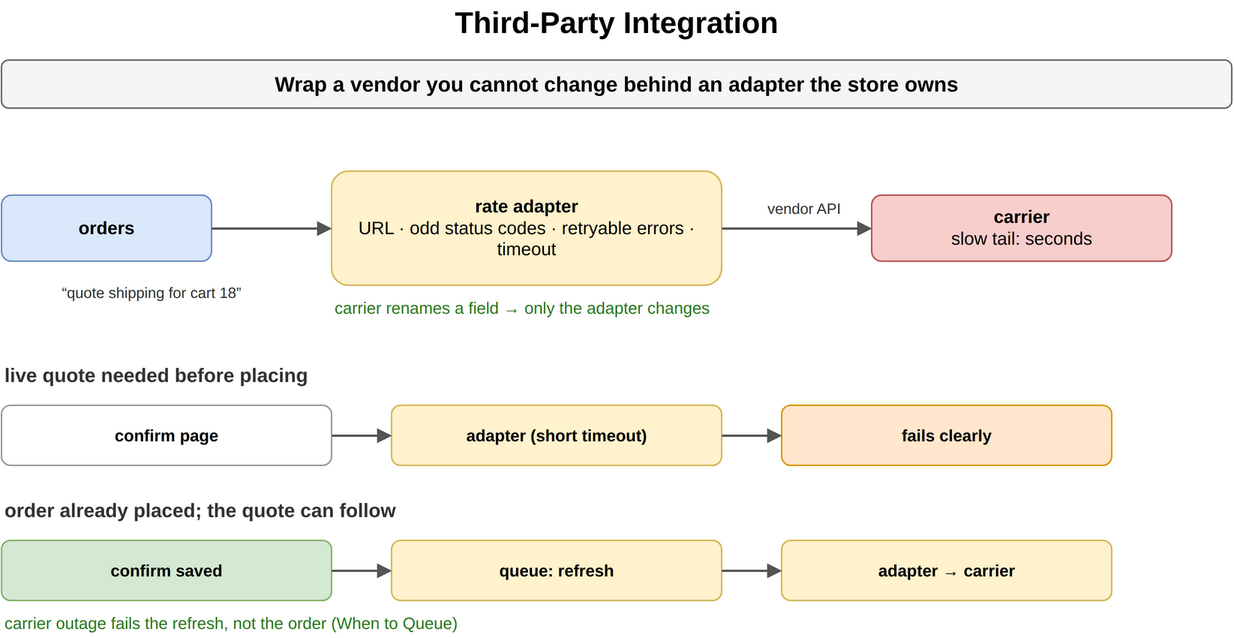
amendez13/swe-study-guide keeps this draw.io diagram as content/09_System_Design_Interview/12_Microservices_and_System_Decomposition/diagrams/microservices-8-third-party-integration.png. Above is the earlier version. Source tidied: cells renumbered, new cells last; positions are measured from the earlier drawing's top-left corner, leaving out a move shared by most shapes. Source of this version:
```xml
<mxGraphModel>
  <root>
    <mxCell id="0" />
    <mxCell id="1" parent="0" />
    <mxCell id="2" value="Third-Party Integration" style="text;html=1;align=center;verticalAlign=middle;whiteSpace=wrap;fontSize=20;fontStyle=1;" parent="1" vertex="1">
      <mxGeometry width="820" height="30" as="geometry" />
    </mxCell>
    <mxCell id="3" value="Wrap a vendor you cannot change behind an adapter the store owns" style="rounded=1;whiteSpace=wrap;html=1;fillColor=#f5f5f5;strokeColor=#666666;fontStyle=1;fontSize=14;" parent="1" vertex="1">
      <mxGeometry y="40" width="820" height="32" as="geometry" />
    </mxCell>
    <mxCell id="4" value="orders" style="rounded=1;whiteSpace=wrap;html=1;fillColor=#dae8fc;strokeColor=#6c8ebf;fontSize=12;align=center;fontStyle=1;" parent="1" vertex="1">
      <mxGeometry y="130" width="140" height="44" as="geometry" />
    </mxCell>
    <mxCell id="5" value="rate adapter&lt;br&gt;&lt;span style='font-weight:normal'&gt;URL · odd status codes · retryable errors · timeout&lt;/span&gt;" style="rounded=1;whiteSpace=wrap;html=1;fillColor=#fff2cc;strokeColor=#d6b656;fontSize=12;align=center;fontStyle=1;" parent="1" vertex="1">
      <mxGeometry x="220" y="114" width="260" height="76" as="geometry" />
    </mxCell>
    <mxCell id="6" value="carrier&lt;br&gt;&lt;span style='font-weight:normal'&gt;slow tail: seconds&lt;/span&gt;" style="rounded=1;whiteSpace=wrap;html=1;fillColor=#f8cecc;strokeColor=#b85450;fontSize=12;align=center;fontStyle=1;" parent="1" vertex="1">
      <mxGeometry x="580" y="130" width="200" height="44" as="geometry" />
    </mxCell>
    <mxCell id="7" style="endArrow=block;endSize=6;html=1;strokeWidth=1.5;strokeColor=#555555;fontSize=11;labelBackgroundColor=#ffffff;" parent="1" edge="1" source="4" target="5">
      <mxGeometry relative="1" as="geometry" />
    </mxCell>
    <mxCell id="8" style="endArrow=block;endSize=6;html=1;strokeWidth=1.5;strokeColor=#555555;fontSize=11;labelBackgroundColor=#ffffff;" parent="1" edge="1" source="5" target="6">
      <mxGeometry relative="1" as="geometry" />
    </mxCell>
    <mxCell id="9" value="“quote shipping for cart 18”" style="text;html=1;whiteSpace=wrap;fontSize=11;align=center;verticalAlign=middle;fontSize=10;fontColor=#333333;" parent="1" vertex="1">
      <mxGeometry y="180" width="200" height="30" as="geometry" />
    </mxCell>
    <mxCell id="10" value="vendor API" style="text;html=1;whiteSpace=wrap;fontSize=11;align=center;verticalAlign=middle;fontSize=10;fontColor=#333333;" parent="1" vertex="1">
      <mxGeometry x="490" y="130" width="90" height="18" as="geometry" />
    </mxCell>
    <mxCell id="11" value="carrier renames a field → only the adapter changes" style="text;html=1;whiteSpace=wrap;fontSize=11;align=left;verticalAlign=middle;fontSize=11;fontColor=#2d7a1f;" parent="1" vertex="1">
      <mxGeometry x="220" y="196" width="400" height="18" as="geometry" />
    </mxCell>
    <mxCell id="12" value="live quote needed before placing" style="text;html=1;whiteSpace=wrap;fontSize=11;align=left;verticalAlign=middle;fontSize=13;fontColor=#333333;fontStyle=1;" parent="1" vertex="1">
      <mxGeometry y="240" width="400" height="20" as="geometry" />
    </mxCell>
    <mxCell id="13" value="confirm page" style="rounded=1;whiteSpace=wrap;html=1;fillColor=#ffffff;strokeColor=#999999;fontSize=11;align=center;fontStyle=1;" parent="1" vertex="1">
      <mxGeometry y="270" width="220" height="40" as="geometry" />
    </mxCell>
    <mxCell id="14" value="adapter (short timeout)" style="rounded=1;whiteSpace=wrap;html=1;fillColor=#fff2cc;strokeColor=#d6b656;fontSize=11;align=center;fontStyle=1;" parent="1" vertex="1">
      <mxGeometry x="260" y="270" width="220" height="40" as="geometry" />
    </mxCell>
    <mxCell id="15" value="fails clearly" style="rounded=1;whiteSpace=wrap;html=1;fillColor=#ffe6cc;strokeColor=#d79b00;fontSize=11;align=center;fontStyle=1;" parent="1" vertex="1">
      <mxGeometry x="520" y="270" width="220" height="40" as="geometry" />
    </mxCell>
    <mxCell id="16" style="endArrow=block;endSize=6;html=1;strokeWidth=1.5;strokeColor=#555555;fontSize=11;labelBackgroundColor=#ffffff;" parent="1" edge="1" source="13" target="14">
      <mxGeometry relative="1" as="geometry" />
    </mxCell>
    <mxCell id="17" style="endArrow=block;endSize=6;html=1;strokeWidth=1.5;strokeColor=#555555;fontSize=11;labelBackgroundColor=#ffffff;" parent="1" edge="1" source="14" target="15">
      <mxGeometry relative="1" as="geometry" />
    </mxCell>
    <mxCell id="18" value="order already placed; the quote can follow" style="text;html=1;whiteSpace=wrap;fontSize=11;align=left;verticalAlign=middle;fontSize=13;fontColor=#333333;fontStyle=1;" parent="1" vertex="1">
      <mxGeometry y="330" width="400" height="20" as="geometry" />
    </mxCell>
    <mxCell id="19" value="confirm saved" style="rounded=1;whiteSpace=wrap;html=1;fillColor=#d5e8d4;strokeColor=#82b366;fontSize=11;align=center;fontStyle=1;" parent="1" vertex="1">
      <mxGeometry y="360" width="220" height="40" as="geometry" />
    </mxCell>
    <mxCell id="20" value="queue: refresh" style="rounded=1;whiteSpace=wrap;html=1;fillColor=#fff2cc;strokeColor=#d6b656;fontSize=11;align=center;fontStyle=1;" parent="1" vertex="1">
      <mxGeometry x="260" y="360" width="220" height="40" as="geometry" />
    </mxCell>
    <mxCell id="21" value="adapter → carrier" style="rounded=1;whiteSpace=wrap;html=1;fillColor=#fff2cc;strokeColor=#d6b656;fontSize=11;align=center;fontStyle=1;" parent="1" vertex="1">
      <mxGeometry x="520" y="360" width="220" height="40" as="geometry" />
    </mxCell>
    <mxCell id="22" style="endArrow=block;endSize=6;html=1;strokeWidth=1.5;strokeColor=#555555;fontSize=11;labelBackgroundColor=#ffffff;" parent="1" edge="1" source="19" target="20">
      <mxGeometry relative="1" as="geometry" />
    </mxCell>
    <mxCell id="23" style="endArrow=block;endSize=6;html=1;strokeWidth=1.5;strokeColor=#555555;fontSize=11;labelBackgroundColor=#ffffff;" parent="1" edge="1" source="20" target="21">
      <mxGeometry relative="1" as="geometry" />
    </mxCell>
    <mxCell id="24" value="carrier outage fails the refresh, not the order (When to Queue)" style="text;html=1;whiteSpace=wrap;fontSize=11;align=left;verticalAlign=middle;fontSize=11;fontColor=#2d7a1f;" parent="1" vertex="1">
      <mxGeometry y="406" width="820" height="18" as="geometry" />
    </mxCell>
  </root>
</mxGraphModel>
```
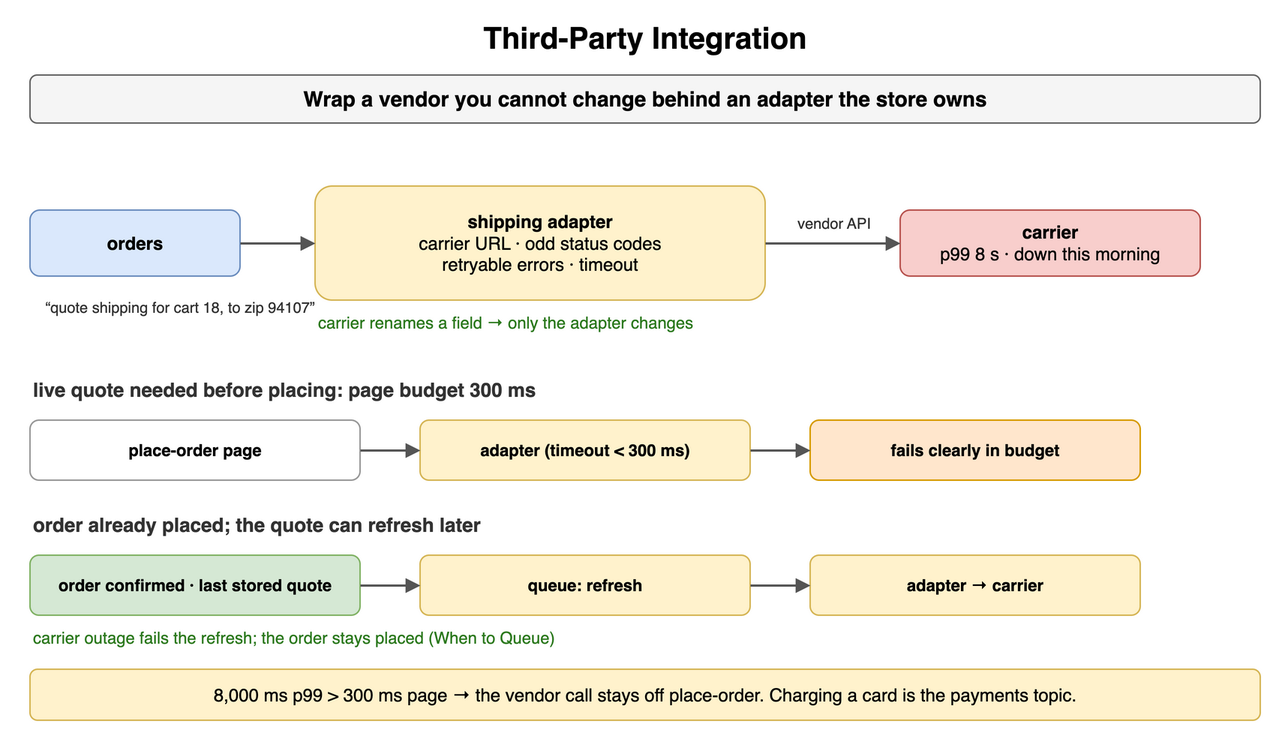
The same diagram one commit later.

Commit message:
docs(sdi): redraw microservices diagrams to match the online-store cards

The edit, as a diff of the source:
```diff
@@ -11,10 +11,10 @@
     <mxCell id="4" value="orders" style="rounded=1;whiteSpace=wrap;html=1;fillColor=#dae8fc;strokeColor=#6c8ebf;fontSize=12;align=center;fontStyle=1;" parent="1" vertex="1">
       <mxGeometry y="130" width="140" height="44" as="geometry" />
     </mxCell>
-    <mxCell id="5" value="rate adapter&lt;br&gt;&lt;span style='font-weight:normal'&gt;URL · odd status codes · retryable errors · timeout&lt;/span&gt;" style="rounded=1;whiteSpace=wrap;html=1;fillColor=#fff2cc;strokeColor=#d6b656;fontSize=12;align=center;fontStyle=1;" parent="1" vertex="1">
-      <mxGeometry x="220" y="114" width="260" height="76" as="geometry" />
+    <mxCell id="5" value="shipping adapter&lt;br&gt;&lt;span style='font-weight:normal'&gt;carrier URL · odd status codes&lt;br&gt;retryable errors · timeout&lt;/span&gt;" style="rounded=1;whiteSpace=wrap;html=1;fillColor=#fff2cc;strokeColor=#d6b656;fontSize=12;align=center;fontStyle=1;" parent="1" vertex="1">
+      <mxGeometry x="190" y="114" width="300" height="76" as="geometry" />
     </mxCell>
-    <mxCell id="6" value="carrier&lt;br&gt;&lt;span style='font-weight:normal'&gt;slow tail: seconds&lt;/span&gt;" style="rounded=1;whiteSpace=wrap;html=1;fillColor=#f8cecc;strokeColor=#b85450;fontSize=12;align=center;fontStyle=1;" parent="1" vertex="1">
+    <mxCell id="6" value="carrier&lt;br&gt;&lt;span style='font-weight:normal'&gt;p99 8 s · down this morning&lt;/span&gt;" style="rounded=1;whiteSpace=wrap;html=1;fillColor=#f8cecc;strokeColor=#b85450;fontSize=12;align=center;fontStyle=1;" parent="1" vertex="1">
       <mxGeometry x="580" y="130" width="200" height="44" as="geometry" />
     </mxCell>
     <mxCell id="7" style="endArrow=block;endSize=6;html=1;strokeWidth=1.5;strokeColor=#555555;fontSize=11;labelBackgroundColor=#ffffff;" parent="1" edge="1" source="4" target="5">
@@ -23,25 +23,25 @@
     <mxCell id="8" style="endArrow=block;endSize=6;html=1;strokeWidth=1.5;strokeColor=#555555;fontSize=11;labelBackgroundColor=#ffffff;" parent="1" edge="1" source="5" target="6">
       <mxGeometry relative="1" as="geometry" />
     </mxCell>
-    <mxCell id="9" value="“quote shipping for cart 18”" style="text;html=1;whiteSpace=wrap;fontSize=11;align=center;verticalAlign=middle;fontSize=10;fontColor=#333333;" parent="1" vertex="1">
-      <mxGeometry y="180" width="200" height="30" as="geometry" />
+    <mxCell id="9" value="“quote shipping for cart 18, to zip 94107”" style="text;html=1;whiteSpace=wrap;fontSize=11;align=center;verticalAlign=middle;fontSize=10;fontColor=#333333;" parent="1" vertex="1">
+      <mxGeometry x="-10" y="180" width="220" height="30" as="geometry" />
     </mxCell>
     <mxCell id="10" value="vendor API" style="text;html=1;whiteSpace=wrap;fontSize=11;align=center;verticalAlign=middle;fontSize=10;fontColor=#333333;" parent="1" vertex="1">
-      <mxGeometry x="490" y="130" width="90" height="18" as="geometry" />
+      <mxGeometry x="492" y="130" width="88" height="18" as="geometry" />
     </mxCell>
     <mxCell id="11" value="carrier renames a field → only the adapter changes" style="text;html=1;whiteSpace=wrap;fontSize=11;align=left;verticalAlign=middle;fontSize=11;fontColor=#2d7a1f;" parent="1" vertex="1">
-      <mxGeometry x="220" y="196" width="400" height="18" as="geometry" />
+      <mxGeometry x="190" y="196" width="400" height="18" as="geometry" />
     </mxCell>
-    <mxCell id="12" value="live quote needed before placing" style="text;html=1;whiteSpace=wrap;fontSize=11;align=left;verticalAlign=middle;fontSize=13;fontColor=#333333;fontStyle=1;" parent="1" vertex="1">
-      <mxGeometry y="240" width="400" height="20" as="geometry" />
+    <mxCell id="12" value="live quote needed before placing: page budget 300 ms" style="text;html=1;whiteSpace=wrap;fontSize=11;align=left;verticalAlign=middle;fontSize=13;fontColor=#333333;fontStyle=1;" parent="1" vertex="1">
+      <mxGeometry y="240" width="600" height="20" as="geometry" />
     </mxCell>
-    <mxCell id="13" value="confirm page" style="rounded=1;whiteSpace=wrap;html=1;fillColor=#ffffff;strokeColor=#999999;fontSize=11;align=center;fontStyle=1;" parent="1" vertex="1">
+    <mxCell id="13" value="place-order page" style="rounded=1;whiteSpace=wrap;html=1;fillColor=#ffffff;strokeColor=#999999;fontSize=11;align=center;fontStyle=1;" parent="1" vertex="1">
       <mxGeometry y="270" width="220" height="40" as="geometry" />
     </mxCell>
-    <mxCell id="14" value="adapter (short timeout)" style="rounded=1;whiteSpace=wrap;html=1;fillColor=#fff2cc;strokeColor=#d6b656;fontSize=11;align=center;fontStyle=1;" parent="1" vertex="1">
+    <mxCell id="14" value="adapter (timeout &lt; 300 ms)" style="rounded=1;whiteSpace=wrap;html=1;fillColor=#fff2cc;strokeColor=#d6b656;fontSize=11;align=center;fontStyle=1;" parent="1" vertex="1">
       <mxGeometry x="260" y="270" width="220" height="40" as="geometry" />
     </mxCell>
-    <mxCell id="15" value="fails clearly" style="rounded=1;whiteSpace=wrap;html=1;fillColor=#ffe6cc;strokeColor=#d79b00;fontSize=11;align=center;fontStyle=1;" parent="1" vertex="1">
+    <mxCell id="15" value="fails clearly in budget" style="rounded=1;whiteSpace=wrap;html=1;fillColor=#ffe6cc;strokeColor=#d79b00;fontSize=11;align=center;fontStyle=1;" parent="1" vertex="1">
       <mxGeometry x="520" y="270" width="220" height="40" as="geometry" />
     </mxCell>
     <mxCell id="16" style="endArrow=block;endSize=6;html=1;strokeWidth=1.5;strokeColor=#555555;fontSize=11;labelBackgroundColor=#ffffff;" parent="1" edge="1" source="13" target="14">
@@ -50,10 +50,10 @@
     <mxCell id="17" style="endArrow=block;endSize=6;html=1;strokeWidth=1.5;strokeColor=#555555;fontSize=11;labelBackgroundColor=#ffffff;" parent="1" edge="1" source="14" target="15">
       <mxGeometry relative="1" as="geometry" />
     </mxCell>
-    <mxCell id="18" value="order already placed; the quote can follow" style="text;html=1;whiteSpace=wrap;fontSize=11;align=left;verticalAlign=middle;fontSize=13;fontColor=#333333;fontStyle=1;" parent="1" vertex="1">
-      <mxGeometry y="330" width="400" height="20" as="geometry" />
+    <mxCell id="18" value="order already placed; the quote can refresh later" style="text;html=1;whiteSpace=wrap;fontSize=11;align=left;verticalAlign=middle;fontSize=13;fontColor=#333333;fontStyle=1;" parent="1" vertex="1">
+      <mxGeometry y="330" width="600" height="20" as="geometry" />
     </mxCell>
-    <mxCell id="19" value="confirm saved" style="rounded=1;whiteSpace=wrap;html=1;fillColor=#d5e8d4;strokeColor=#82b366;fontSize=11;align=center;fontStyle=1;" parent="1" vertex="1">
+    <mxCell id="19" value="order confirmed · last stored quote" style="rounded=1;whiteSpace=wrap;html=1;fillColor=#d5e8d4;strokeColor=#82b366;fontSize=11;align=center;fontStyle=1;" parent="1" vertex="1">
       <mxGeometry y="360" width="220" height="40" as="geometry" />
     </mxCell>
     <mxCell id="20" value="queue: refresh" style="rounded=1;whiteSpace=wrap;html=1;fillColor=#fff2cc;strokeColor=#d6b656;fontSize=11;align=center;fontStyle=1;" parent="1" vertex="1">
@@ -68,8 +68,11 @@
     <mxCell id="23" style="endArrow=block;endSize=6;html=1;strokeWidth=1.5;strokeColor=#555555;fontSize=11;labelBackgroundColor=#ffffff;" parent="1" edge="1" source="20" target="21">
       <mxGeometry relative="1" as="geometry" />
     </mxCell>
-    <mxCell id="24" value="carrier outage fails the refresh, not the order (When to Queue)" style="text;html=1;whiteSpace=wrap;fontSize=11;align=left;verticalAlign=middle;fontSize=11;fontColor=#2d7a1f;" parent="1" vertex="1">
+    <mxCell id="24" value="carrier outage fails the refresh; the order stays placed (When to Queue)" style="text;html=1;whiteSpace=wrap;fontSize=11;align=left;verticalAlign=middle;fontSize=11;fontColor=#2d7a1f;" parent="1" vertex="1">
       <mxGeometry y="406" width="820" height="18" as="geometry" />
     </mxCell>
+    <mxCell id="25" value="8,000 ms p99 &gt; 300 ms page → the vendor call stays off place-order. Charging a card is the payments topic." style="rounded=1;whiteSpace=wrap;html=1;fillColor=#fff2cc;strokeColor=#d6b656;fontSize=12;align=center;" parent="1" vertex="1">
+      <mxGeometry y="436" width="820" height="34" as="geometry" />
+    </mxCell>
   </root>
 </mxGraphModel>
```
